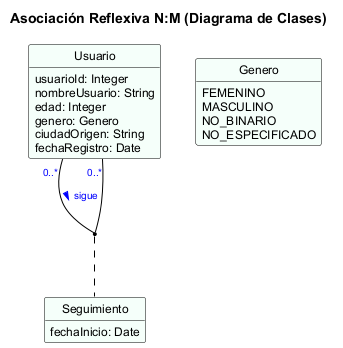
Above: assets/images/iissi1/mc2mr/asociacion-reflexiva-clases.png in IISSI-US/web (PlantUML), before the change.
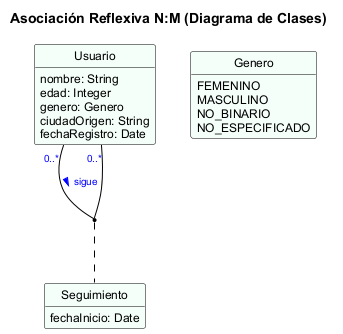
After the change.

Commit message:
mc2mr, quietar usuarioId de asociación relflexiva Fixes #49

Change to the diagram source:
```diff
@@ -2,10 +2,8 @@
 !include ../estilos/final.iuml
 title Asociación Reflexiva N:M (Diagrama de Clases)
 
-
 class Usuario {
-  usuarioId: Integer
-  nombreUsuario: String
+  nombre: String
   edad: Integer
   genero: Genero
   ciudadOrigen: String
```
